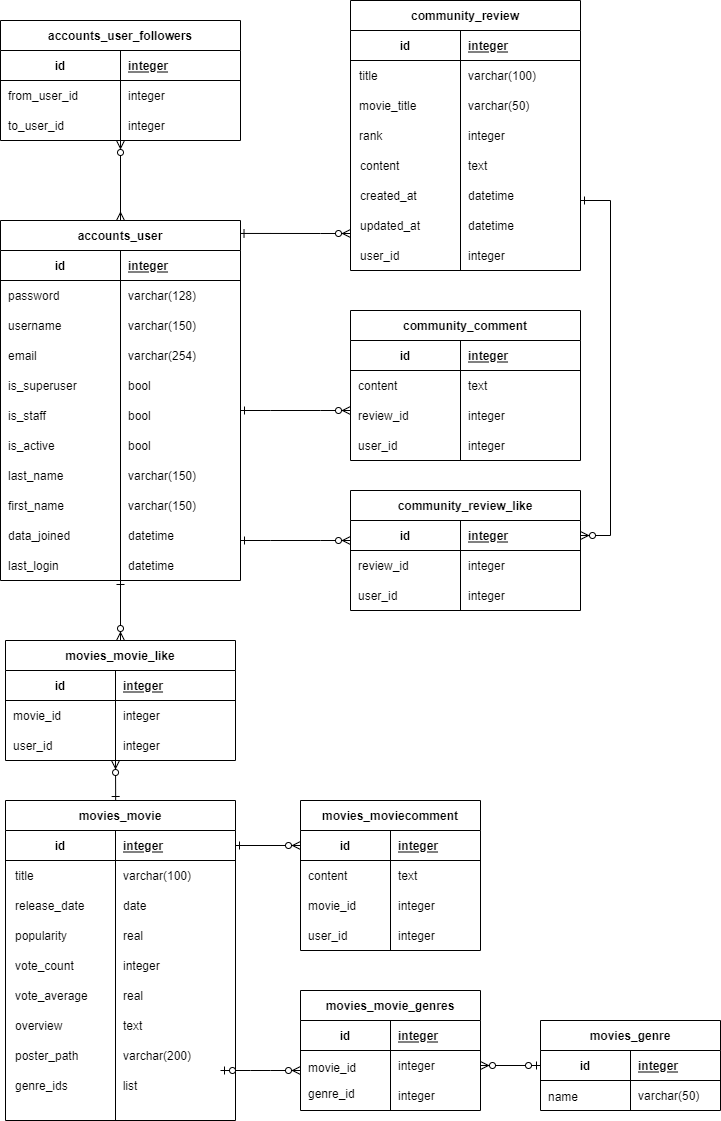
Before: README.assets/최종프로젝트.drawio.png, a diagram exported from draw.io (flykimjiwon/Movie_recommend_pjt). Source tidied: cells renumbered, new cells last; positions are measured from the earlier drawing's top-left corner, leaving out a move shared by most shapes.
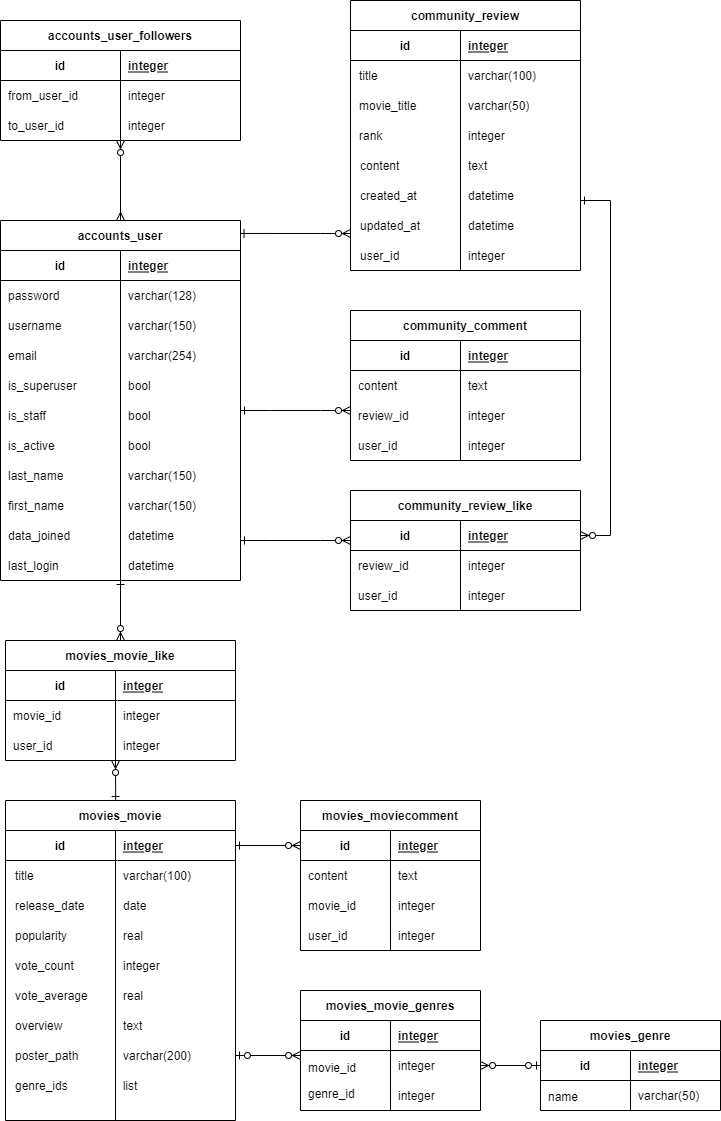
The same file after the commit.

The edit, as a diff of the source:
```diff
@@ -134,10 +134,10 @@
     <mxCell id="45" value="datetime" style="shape=partialRectangle;fillColor=none;top=0;left=0;bottom=0;right=0;align=left;spacingLeft=6;overflow=hidden;" parent="1" vertex="1">
       <mxGeometry x="460" y="210" width="120" height="30" as="geometry" />
     </mxCell>
-    <mxCell id="46" style="edgeStyle=entityRelationEdgeStyle;fontSize=12;html=1;endArrow=ERzeroToMany;startArrow=ERzeroToOne;rounded=0;" parent="1" edge="1">
+    <mxCell id="46" style="fontSize=12;html=1;endArrow=ERzeroToMany;startArrow=ERzeroToOne;rounded=0;" parent="1" edge="1">
       <mxGeometry relative="1" as="geometry">
-        <mxPoint x="220" y="1070" as="sourcePoint" />
-        <mxPoint x="300" y="1070" as="targetPoint" />
+        <mxPoint x="235" y="1055" as="sourcePoint" />
+        <mxPoint x="300" y="1055" as="targetPoint" />
       </mxGeometry>
     </mxCell>
     <mxCell id="47" style="edgeStyle=entityRelationEdgeStyle;fontSize=12;html=1;endArrow=ERzeroToMany;startArrow=ERone;rounded=0;startFill=0;" parent="1" edge="1">
```
